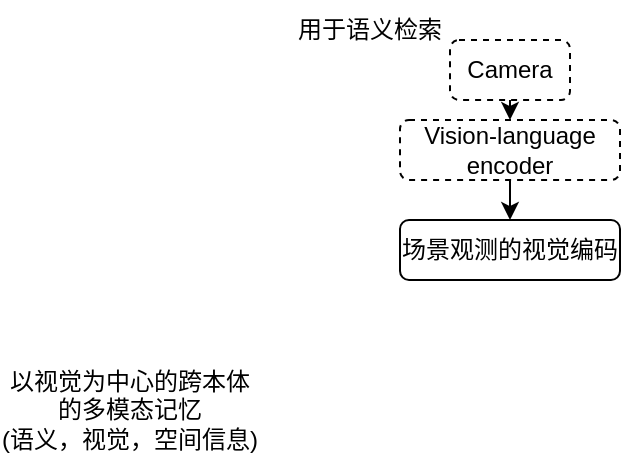
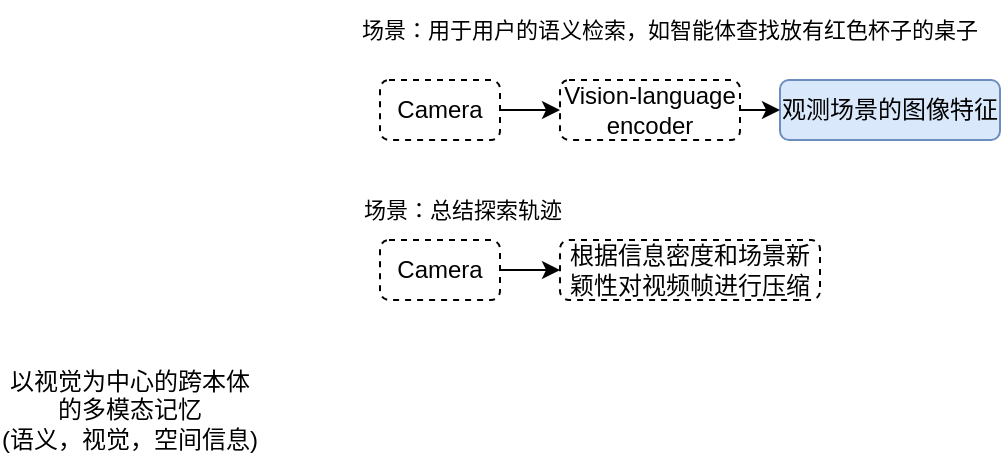
<mxfile host="app.diagrams.net">
  <diagram name="第 1 页" id="ri1UiOSOw__C7K71Jf-3">
    <mxGraphModel dx="884" dy="479" grid="1" gridSize="10" guides="1" tooltips="1" connect="1" arrows="1" fold="1" page="1" pageScale="1" pageWidth="3300" pageHeight="2339" math="0" shadow="0">
      <root>
        <mxCell id="0" />
        <mxCell id="1" parent="0" />
        <mxCell id="8uAygAgR7DF40HWwl34I-1" parent="1" style="text;html=1;whiteSpace=wrap;strokeColor=none;fillColor=none;align=center;verticalAlign=middle;rounded=0;" value="以视觉为中心的跨本体的多模态记忆&lt;br&gt;(语义，视觉，空间信息)" vertex="1">
-           <mxGeometry height="30" width="130" x="30" y="200" as="geometry" />
+           <mxGeometry height="30" width="130" x="20" y="260" as="geometry" />
        </mxCell>
-         <mxCell id="8uAygAgR7DF40HWwl34I-2" parent="1" style="rounded=1;whiteSpace=wrap;html=1;" value="场景观测的视觉编码" vertex="1">
-           <mxGeometry height="30" width="110" x="230" y="120" as="geometry" />
+         <mxCell id="8uAygAgR7DF40HWwl34I-2" parent="1" style="rounded=1;whiteSpace=wrap;html=1;fillColor=#dae8fc;strokeColor=#6c8ebf;" value="观测场景的图像特征" vertex="1">
+           <mxGeometry height="30" width="110" x="410" y="110" as="geometry" />
        </mxCell>
-         <mxCell id="8uAygAgR7DF40HWwl34I-5" edge="1" parent="1" source="8uAygAgR7DF40HWwl34I-3" style="edgeStyle=orthogonalEdgeStyle;rounded=0;orthogonalLoop=1;jettySize=auto;html=1;exitX=0.5;exitY=1;exitDx=0;exitDy=0;entryX=0.5;entryY=0;entryDx=0;entryDy=0;" target="8uAygAgR7DF40HWwl34I-2">
+         <mxCell id="8uAygAgR7DF40HWwl34I-5" edge="1" parent="1" source="8uAygAgR7DF40HWwl34I-3" style="edgeStyle=orthogonalEdgeStyle;rounded=0;orthogonalLoop=1;jettySize=auto;html=1;exitX=1;exitY=0.5;exitDx=0;exitDy=0;entryX=0;entryY=0.5;entryDx=0;entryDy=0;" target="8uAygAgR7DF40HWwl34I-2">
          <mxGeometry relative="1" as="geometry" />
        </mxCell>
        <mxCell id="8uAygAgR7DF40HWwl34I-3" parent="1" style="rounded=1;whiteSpace=wrap;html=1;dashed=1;" value="Vision-language encoder" vertex="1">
-           <mxGeometry height="30" width="110" x="230" y="70" as="geometry" />
+           <mxGeometry height="30" width="90" x="300" y="110" as="geometry" />
        </mxCell>
-         <mxCell id="8uAygAgR7DF40HWwl34I-6" edge="1" parent="1" source="8uAygAgR7DF40HWwl34I-4" style="edgeStyle=orthogonalEdgeStyle;rounded=0;orthogonalLoop=1;jettySize=auto;html=1;exitX=0.5;exitY=1;exitDx=0;exitDy=0;entryX=0.5;entryY=0;entryDx=0;entryDy=0;" target="8uAygAgR7DF40HWwl34I-3">
+         <mxCell id="8uAygAgR7DF40HWwl34I-6" edge="1" parent="1" source="8uAygAgR7DF40HWwl34I-4" style="edgeStyle=orthogonalEdgeStyle;rounded=0;orthogonalLoop=1;jettySize=auto;html=1;exitX=1;exitY=0.5;exitDx=0;exitDy=0;entryX=0;entryY=0.5;entryDx=0;entryDy=0;" target="8uAygAgR7DF40HWwl34I-3">
          <mxGeometry relative="1" as="geometry" />
        </mxCell>
        <mxCell id="8uAygAgR7DF40HWwl34I-4" parent="1" style="rounded=1;whiteSpace=wrap;html=1;dashed=1;" value="Camera" vertex="1">
-           <mxGeometry height="30" width="60" x="255" y="30" as="geometry" />
+           <mxGeometry height="30" width="60" x="210" y="110" as="geometry" />
        </mxCell>
-         <mxCell id="8uAygAgR7DF40HWwl34I-7" parent="1" style="text;html=1;whiteSpace=wrap;strokeColor=none;fillColor=none;align=center;verticalAlign=middle;rounded=0;" value="用于语义检索" vertex="1">
-           <mxGeometry height="30" width="80" x="175" y="10" as="geometry" />
+         <mxCell id="8uAygAgR7DF40HWwl34I-7" parent="1" style="text;html=1;whiteSpace=wrap;strokeColor=none;fillColor=none;align=center;verticalAlign=middle;rounded=0;fontSize=11;" value="场景：用于用户的语义检索，如智能体查找放有红色杯子的桌子" vertex="1">
+           <mxGeometry height="30" width="310" x="200" y="70" as="geometry" />
+         </mxCell>
+         <mxCell id="8uAygAgR7DF40HWwl34I-10" edge="1" parent="1" source="8uAygAgR7DF40HWwl34I-8" style="edgeStyle=orthogonalEdgeStyle;rounded=0;orthogonalLoop=1;jettySize=auto;html=1;" target="8uAygAgR7DF40HWwl34I-9" value="">
+           <mxGeometry relative="1" as="geometry" />
+         </mxCell>
+         <mxCell id="8uAygAgR7DF40HWwl34I-8" parent="1" style="rounded=1;whiteSpace=wrap;html=1;dashed=1;" value="Camera" vertex="1">
+           <mxGeometry height="30" width="60" x="210" y="190" as="geometry" />
+         </mxCell>
+         <mxCell id="8uAygAgR7DF40HWwl34I-9" parent="1" style="rounded=1;whiteSpace=wrap;html=1;dashed=1;" value="根据信息密度和场景新颖性对视频帧进行压缩" vertex="1">
+           <mxGeometry height="30" width="130" x="300" y="190" as="geometry" />
+         </mxCell>
+         <mxCell id="8uAygAgR7DF40HWwl34I-11" parent="1" style="text;html=1;whiteSpace=wrap;strokeColor=none;fillColor=none;align=left;verticalAlign=middle;rounded=0;fontSize=11;" value="场景：总结探索轨迹" vertex="1">
+           <mxGeometry height="30" width="310" x="200" y="160" as="geometry" />
        </mxCell>
      </root>
    </mxGraphModel>
  </diagram>
</mxfile>
